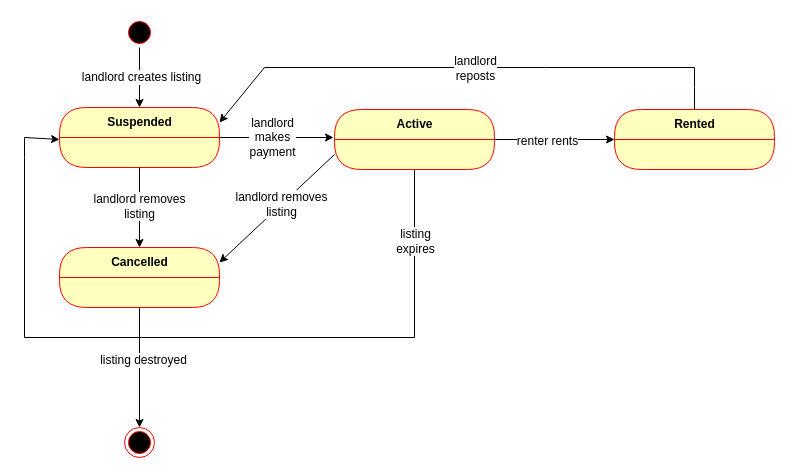
Earlier version of the draw.io diagram StateTransitionDiagram.drawio (ryan-holt/ENSF480FinalProject). Source tidied: cells renumbered, new cells numbered last; positions are measured from the earlier drawing's top-left corner, leaving out a move shared by most shapes. Both pictures are drawn from the tidied source at 100%, with x=0, y=0 at pixel (24, 17).
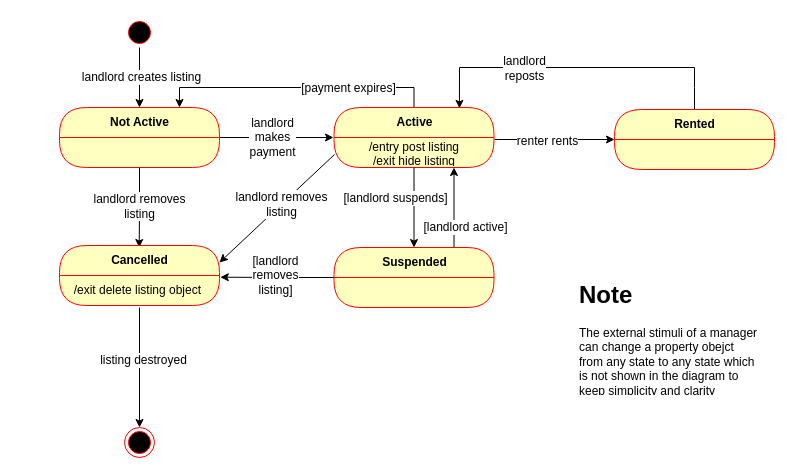
After the change.

Commit message (it also covers changes not shown here):
changes made to systems activity and state transition after talking to moussavi with gary

The change refers to these unchanged cells:
```xml
<mxCell id="8" value="&amp;nbsp;" style="text;html=1;strokeColor=none;fillColor=none;align=center;verticalAlign=middle;spacingLeft=4;spacingRight=4;whiteSpace=wrap;overflow=hidden;fontColor=#000000;" parent="7" vertex="1">
  <mxGeometry y="30" width="160" height="30" as="geometry" />
</mxCell>
<mxCell id="19" value="Rented" style="swimlane;html=1;fontStyle=1;align=center;verticalAlign=middle;horizontal=1;startSize=30;fontColor=#000000;rounded=1;arcSize=30;strokeColor=#ff0000;fillColor=#ffffc0;swimlaneFillColor=#ffffc0;" parent="1" vertex="1">
  <mxGeometry x="590" y="92" width="160" height="60" as="geometry" />
</mxCell>
<mxCell id="25" style="ellipse;html=1;shape=endState;fillColor=#000000;strokeColor=#ff0000;" parent="1" vertex="1">
  <mxGeometry x="100" y="410" width="30" height="30" as="geometry" />
</mxCell>
```

Change to the diagram source:
```diff
@@
-    <mxCell id="7" value="Suspended" style="swimlane;html=1;fontStyle=1;align=center;verticalAlign=middle;horizontal=1;startSize=30;fontColor=#000000;rounded=1;arcSize=30;strokeColor=#ff0000;fillColor=#ffffc0;swimlaneFillColor=#ffffc0;" parent="1" vertex="1">
+    <mxCell id="7" value="Not Active" style="swimlane;html=1;fontStyle=1;align=center;verticalAlign=middle;horizontal=1;startSize=30;fontColor=#000000;rounded=1;arcSize=30;strokeColor=#ff0000;fillColor=#ffffc0;swimlaneFillColor=#ffffc0;" parent="1" vertex="1">
       <mxGeometry x="35" y="90" width="160" height="60" as="geometry" />
     </mxCell>
@@
-    <mxCell id="10" style="rounded=0;jettySize=auto;html=1;exitX=1;exitY=0.5;exitDx=0;exitDy=0;entryX=0;entryY=0.5;entryDx=0;entryDy=0;" parent="1" edge="1" source="16" target="19">
-      <mxGeometry relative="1" as="geometry" />
+    <mxCell id="10" style="rounded=0;jettySize=auto;html=1;exitX=1;exitY=0.5;exitDx=0;exitDy=0;entryX=0;entryY=0.5;entryDx=0;entryDy=0;" parent="1" edge="1" target="19">
+      <mxGeometry relative="1" as="geometry">
+        <mxPoint x="470" y="122" as="sourcePoint" />
+      </mxGeometry>
     </mxCell>
@@
-    <mxCell id="12" style="rounded=0;jettySize=auto;html=1;exitX=0;exitY=0.75;exitDx=0;exitDy=0;entryX=1;entryY=0.25;entryDx=0;entryDy=0;" parent="1" edge="1" source="16" target="22">
-      <mxGeometry relative="1" as="geometry" />
+    <mxCell id="12" style="rounded=0;orthogonalLoop=1;jettySize=auto;html=1;exitX=0;exitY=0.75;exitDx=0;exitDy=0;entryX=1;entryY=0.25;entryDx=0;entryDy=0;" parent="1" edge="1">
+      <mxGeometry relative="1" as="geometry">
+        <mxPoint x="310" y="137" as="sourcePoint" />
+        <mxPoint x="195" y="245" as="targetPoint" />
+      </mxGeometry>
     </mxCell>
@@
-    <mxCell id="14" style="edgeStyle=none;rounded=0;jettySize=auto;html=1;exitX=0.5;exitY=1;exitDx=0;exitDy=0;entryX=0;entryY=0.067;entryDx=0;entryDy=0;entryPerimeter=0;" parent="1" edge="1" source="16" target="8">
-      <mxGeometry relative="1" as="geometry">
-        <Array as="points">
-          <mxPoint x="390" y="320" />
-          <mxPoint y="320" />
-          <mxPoint y="140" />
-          <mxPoint y="120" />
-        </Array>
-      </mxGeometry>
-    </mxCell>
-    <mxCell id="15" value="listing&lt;br&gt;expires" style="text;html=1;align=center;verticalAlign=middle;labelBackgroundColor=#ffffff;" parent="14" vertex="1">
-      <mxGeometry x="-0.82" relative="1" as="geometry" />
-    </mxCell>
-    <mxCell id="16" value="Active" style="swimlane;html=1;fontStyle=1;align=center;verticalAlign=middle;horizontal=1;startSize=30;fontColor=#000000;rounded=1;arcSize=30;strokeColor=#ff0000;fillColor=#ffffc0;swimlaneFillColor=#ffffc0;" parent="1" vertex="1">
-      <mxGeometry x="310" y="92" width="160" height="60" as="geometry" />
-    </mxCell>
-    <mxCell id="17" style="edgeStyle=none;rounded=0;jettySize=auto;html=1;exitX=0.5;exitY=0;exitDx=0;exitDy=0;entryX=1;entryY=0.25;entryDx=0;entryDy=0;" parent="1" edge="1" source="19" target="7">
+    <mxCell id="17" style="edgeStyle=none;rounded=0;jettySize=auto;html=1;exitX=0.5;exitY=0;exitDx=0;exitDy=0;entryX=0.784;entryY=0.014;entryDx=0;entryDy=0;entryPerimeter=0;" parent="1" edge="1" source="19" target="16">
       <mxGeometry relative="1" as="geometry">
         <Array as="points">
           <mxPoint x="670" y="70" />
           <mxPoint x="670" y="50" />
           <mxPoint x="520" y="50" />
-          <mxPoint x="240" y="50" />
+          <mxPoint x="435" y="50" />
         </Array>
       </mxGeometry>
     </mxCell>
@@
-    <mxCell id="20" style="edgeStyle=none;rounded=0;jettySize=auto;html=1;exitX=0.5;exitY=1;exitDx=0;exitDy=0;" parent="1" edge="1" source="22" target="25">
-      <mxGeometry relative="1" as="geometry" />
+    <mxCell id="20" style="edgeStyle=none;rounded=0;jettySize=auto;html=1;exitX=0.5;exitY=1;exitDx=0;exitDy=0;" parent="1" edge="1" target="25">
+      <mxGeometry relative="1" as="geometry">
+        <mxPoint x="115" y="290" as="sourcePoint" />
+      </mxGeometry>
     </mxCell>
@@
-    <mxCell id="22" value="Cancelled" style="swimlane;html=1;fontStyle=1;align=center;verticalAlign=middle;horizontal=1;startSize=30;fontColor=#000000;rounded=1;arcSize=30;strokeColor=#ff0000;fillColor=#ffffc0;swimlaneFillColor=#ffffc0;" parent="1" vertex="1">
-      <mxGeometry x="35" y="230" width="160" height="60" as="geometry" />
-    </mxCell>
-    <mxCell id="23" style="edgeStyle=orthogonalEdgeStyle;rounded=0;jettySize=auto;html=1;exitX=0.5;exitY=1;exitDx=0;exitDy=0;entryX=0.5;entryY=0;entryDx=0;entryDy=0;" parent="1" edge="1" source="8" target="22">
-      <mxGeometry relative="1" as="geometry" />
+    <mxCell id="23" style="edgeStyle=orthogonalEdgeStyle;rounded=0;jettySize=auto;html=1;exitX=0.5;exitY=1;exitDx=0;exitDy=0;entryX=0.5;entryY=0;entryDx=0;entryDy=0;" parent="1" edge="1" source="8">
+      <mxGeometry relative="1" as="geometry">
+        <mxPoint x="114.7" y="230" as="targetPoint" />
+      </mxGeometry>
     </mxCell>
@@
+    <mxCell id="26" value="&lt;h1&gt;Note&lt;/h1&gt;&lt;p&gt;The external stimuli of a manager can change a property obejct from any state to any state which is not shown in the diagram to keep simplicity and clarity&lt;/p&gt;" style="text;html=1;strokeColor=none;fillColor=none;spacing=5;spacingTop=-20;whiteSpace=wrap;overflow=hidden;rounded=0;" parent="1" vertex="1">
+      <mxGeometry x="550" y="258" width="190" height="120" as="geometry" />
+    </mxCell>
+    <mxCell id="27" style="edgeStyle=orthogonalEdgeStyle;rounded=0;jettySize=auto;html=1;exitX=0.5;exitY=0;exitDx=0;exitDy=0;entryX=0.75;entryY=0;entryDx=0;entryDy=0;" parent="1" edge="1" source="16" target="7">
+      <mxGeometry relative="1" as="geometry" />
+    </mxCell>
+    <mxCell id="28" value="[payment expires]" style="text;html=1;align=center;verticalAlign=middle;labelBackgroundColor=#ffffff;" parent="27" vertex="1">
+      <mxGeometry x="-0.37" relative="1" as="geometry" />
+    </mxCell>
+    <mxCell id="16" value="Active" style="swimlane;html=1;fontStyle=1;align=center;verticalAlign=middle;horizontal=1;startSize=30;fontColor=#000000;rounded=1;arcSize=30;strokeColor=#ff0000;fillColor=#ffffc0;swimlaneFillColor=#ffffc0;" parent="1" vertex="1">
+      <mxGeometry x="309.5" y="90" width="160" height="60" as="geometry" />
+    </mxCell>
+    <mxCell id="29" value="/entry post listing&lt;br&gt;/exit hide listing" style="text;html=1;strokeColor=none;fillColor=none;align=center;verticalAlign=middle;spacingLeft=4;spacingRight=4;whiteSpace=wrap;overflow=hidden;fontColor=#000000;" parent="16" vertex="1">
+      <mxGeometry y="30" width="160" height="30" as="geometry" />
+    </mxCell>
+    <mxCell id="30" value="&amp;nbsp;" style="text;html=1;strokeColor=none;fillColor=none;align=center;verticalAlign=middle;spacingLeft=4;spacingRight=4;whiteSpace=wrap;overflow=hidden;fontColor=#000000;" parent="16" vertex="1">
+      <mxGeometry y="60" width="160" as="geometry" />
+    </mxCell>
+    <mxCell id="22" value="Cancelled" style="swimlane;html=1;fontStyle=1;align=center;verticalAlign=middle;horizontal=1;startSize=30;fontColor=#000000;rounded=1;arcSize=30;strokeColor=#ff0000;fillColor=#ffffc0;swimlaneFillColor=#ffffc0;" parent="1" vertex="1">
+      <mxGeometry x="35" y="228" width="160" height="60" as="geometry" />
+    </mxCell>
+    <mxCell id="31" value="/exit delete listing object&amp;nbsp;" style="text;html=1;strokeColor=none;fillColor=none;align=center;verticalAlign=middle;spacingLeft=4;spacingRight=4;whiteSpace=wrap;overflow=hidden;fontColor=#000000;" parent="22" vertex="1">
+      <mxGeometry y="30" width="160" height="30" as="geometry" />
+    </mxCell>
+    <mxCell id="32" value="&amp;nbsp;" style="text;html=1;strokeColor=none;fillColor=none;align=center;verticalAlign=middle;spacingLeft=4;spacingRight=4;whiteSpace=wrap;overflow=hidden;fontColor=#000000;" parent="22" vertex="1">
+      <mxGeometry y="60" width="160" as="geometry" />
+    </mxCell>
+    <mxCell id="33" style="edgeStyle=orthogonalEdgeStyle;rounded=0;jettySize=auto;html=1;exitX=0.75;exitY=0;exitDx=0;exitDy=0;entryX=0.75;entryY=1;entryDx=0;entryDy=0;" parent="1" edge="1" source="37" target="29">
+      <mxGeometry relative="1" as="geometry" />
+    </mxCell>
+    <mxCell id="34" value="[landlord active]" style="text;html=1;align=center;verticalAlign=middle;labelBackgroundColor=#ffffff;" parent="33" vertex="1">
+      <mxGeometry x="-0.31" relative="1" as="geometry">
+        <mxPoint x="11" y="7.5" as="offset" />
+      </mxGeometry>
+    </mxCell>
+    <mxCell id="35" style="edgeStyle=orthogonalEdgeStyle;rounded=0;jettySize=auto;html=1;exitX=0;exitY=0.5;exitDx=0;exitDy=0;entryX=1.005;entryY=0.056;entryDx=0;entryDy=0;entryPerimeter=0;" parent="1" edge="1" source="37" target="31">
+      <mxGeometry relative="1" as="geometry" />
+    </mxCell>
+    <mxCell id="36" value="[landlord&lt;br&gt;removes&lt;br&gt;listing]" style="text;html=1;align=center;verticalAlign=middle;labelBackgroundColor=#ffffff;" parent="35" vertex="1">
+      <mxGeometry x="0.04" y="-2" relative="1" as="geometry" />
+    </mxCell>
+    <mxCell id="37" value="Suspended" style="swimlane;html=1;fontStyle=1;align=center;verticalAlign=middle;horizontal=1;startSize=30;fontColor=#000000;rounded=1;arcSize=30;strokeColor=#ff0000;fillColor=#ffffc0;swimlaneFillColor=#ffffc0;" parent="1" vertex="1">
+      <mxGeometry x="309.5" y="230" width="160" height="60" as="geometry" />
+    </mxCell>
+    <mxCell id="38" value="&amp;nbsp;" style="text;html=1;strokeColor=none;fillColor=none;align=center;verticalAlign=middle;spacingLeft=4;spacingRight=4;whiteSpace=wrap;overflow=hidden;fontColor=#000000;" parent="37" vertex="1">
+      <mxGeometry y="30" width="160" height="30" as="geometry" />
+    </mxCell>
+    <mxCell id="39" style="edgeStyle=orthogonalEdgeStyle;rounded=0;jettySize=auto;html=1;exitX=0.5;exitY=1;exitDx=0;exitDy=0;entryX=0.5;entryY=0;entryDx=0;entryDy=0;" parent="1" edge="1" source="29" target="37">
+      <mxGeometry relative="1" as="geometry" />
+    </mxCell>
+    <mxCell id="40" value="[landlord suspends]" style="text;html=1;align=center;verticalAlign=middle;labelBackgroundColor=#ffffff;" parent="39" vertex="1">
+      <mxGeometry x="-0.15" y="-1" relative="1" as="geometry">
+        <mxPoint x="-18" y="-4" as="offset" />
+      </mxGeometry>
+    </mxCell>
```
